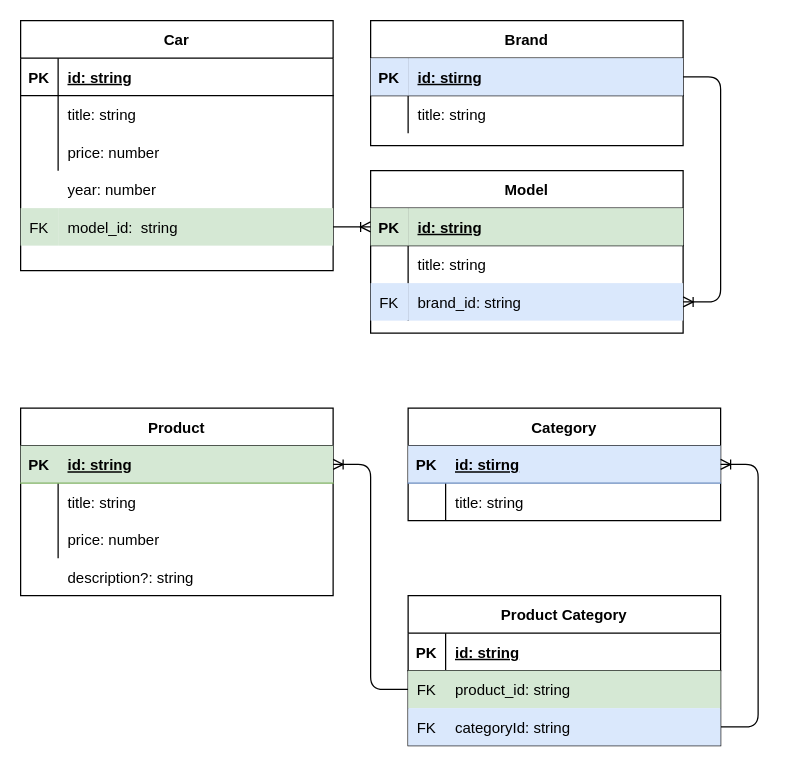
The draw.io diagram umls.drawio in ZilvinasVidmantas/TS-programa, before the edit. Source tidied: cells renumbered, new cells numbered last; positions are measured from the earlier drawing's top-left corner, leaving out a move shared by most shapes. Both pictures are drawn from the tidied source at 125%, with x=0, y=0 at pixel (20, 20).
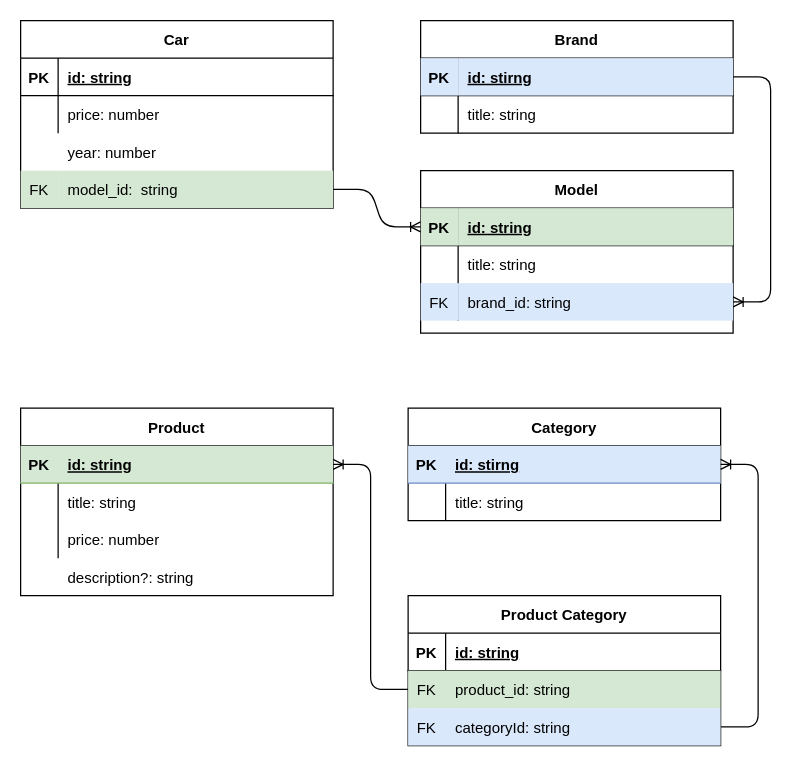
After the change.

The edit, as a diff of the source:
```diff
@@
     <mxCell id="2" value="Model" style="shape=table;startSize=30;childLayout=tableLayout;rowLines=0;fontStyle=1;align=center;" parent="1" vertex="1">
-      <mxGeometry x="280" y="120" width="250" height="130" as="geometry" />
+      <mxGeometry x="320" y="120" width="250" height="130" as="geometry" />
     </mxCell>
@@
     <mxCell id="12" value="Car" style="shape=table;startSize=30;childLayout=tableLayout;rowLines=0;fontStyle=1;align=center;" parent="1" vertex="1">
-      <mxGeometry width="250" height="200" as="geometry" />
+      <mxGeometry width="250" height="150" as="geometry" />
     </mxCell>
@@
-    <mxCell id="16" style="shape=partialRectangle;fillColor=none;top=0;left=0;right=0;bottom=0;" parent="12" vertex="1">
-      <mxGeometry y="60" width="250" height="30" as="geometry" />
-    </mxCell>
-    <mxCell id="17" style="shape=partialRectangle;overflow=hidden;fillColor=none;top=0;left=0;bottom=0;right=0;" parent="16" vertex="1">
-      <mxGeometry width="30" height="30" as="geometry" />
-    </mxCell>
-    <mxCell id="18" value="title: string" style="shape=partialRectangle;overflow=hidden;fillColor=none;top=0;left=0;bottom=0;right=0;align=left;spacingLeft=6;" parent="16" vertex="1">
-      <mxGeometry x="30" width="220" height="30" as="geometry" />
-    </mxCell>
     <mxCell id="19" style="shape=partialRectangle;fillColor=none;top=0;left=0;right=0;bottom=0;" parent="12" vertex="1">
-      <mxGeometry y="90" width="250" height="30" as="geometry" />
+      <mxGeometry y="60" width="250" height="30" as="geometry" />
     </mxCell>
@@
     <mxCell id="22" value="Brand" style="shape=table;startSize=30;childLayout=tableLayout;rowLines=0;fontStyle=1;align=center;" parent="1" vertex="1">
-      <mxGeometry x="280" width="250" height="100" as="geometry" />
+      <mxGeometry x="320" width="250" height="90" as="geometry" />
     </mxCell>
@@
     <mxCell id="29" style="shape=partialRectangle;fillColor=none;top=0;left=0;right=0;bottom=0;" parent="1" vertex="1">
-      <mxGeometry y="120" width="250" height="30" as="geometry" />
+      <mxGeometry y="90" width="250" height="30" as="geometry" />
     </mxCell>
@@
     <mxCell id="32" style="shape=partialRectangle;fillColor=none;points=[[0,0.5],[1,0.5]];portConstraint=eastwest;top=0;left=0;right=0;bottom=0;" parent="1" vertex="1">
-      <mxGeometry y="150" width="250" height="30" as="geometry" />
+      <mxGeometry y="120" width="250" height="30" as="geometry" />
     </mxCell>
```
